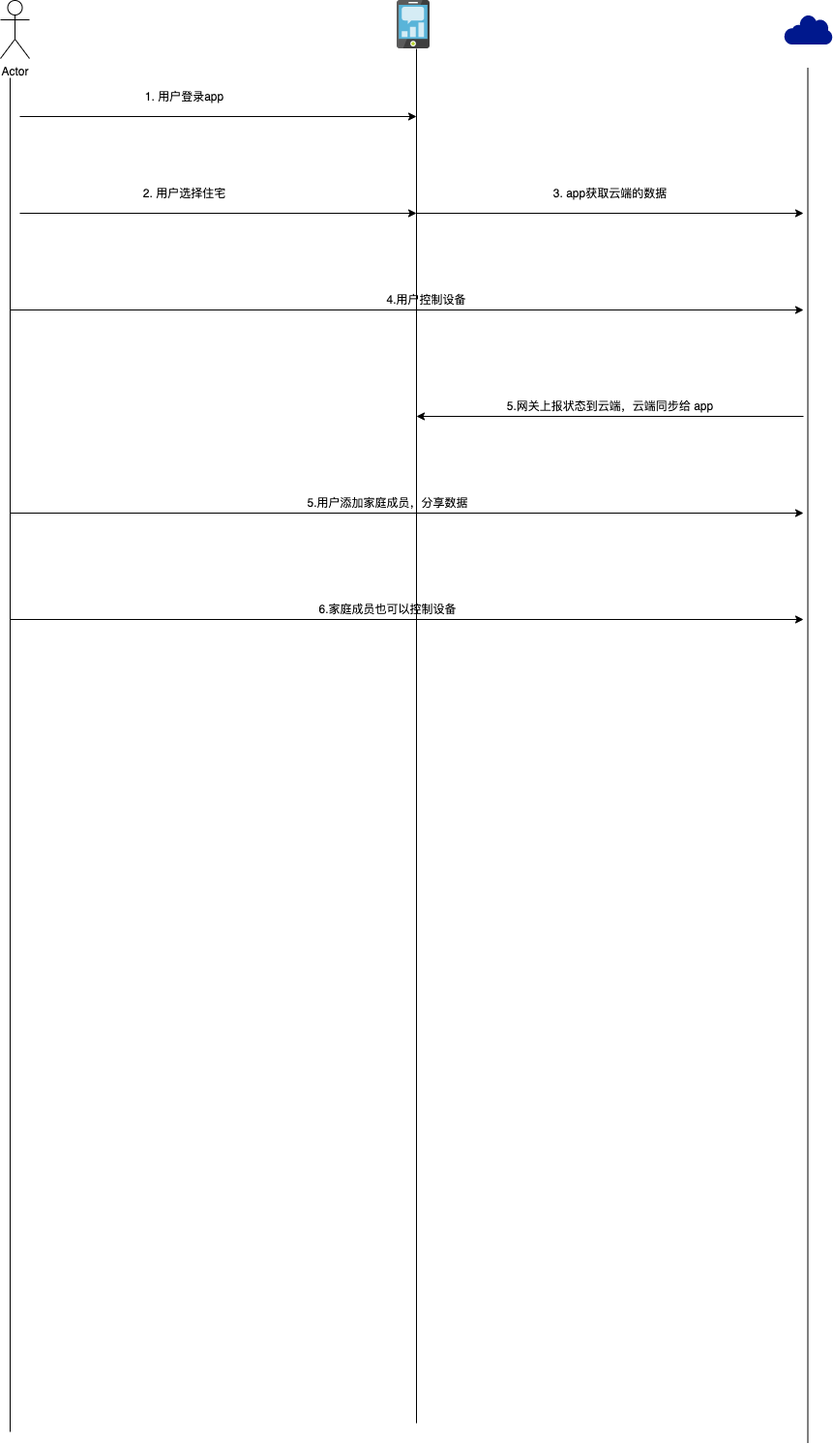
Above: 家居系统.png in tytler98/tytler (draw.io), before the change. Source tidied: cells renumbered, new cells last; positions are measured from the earlier drawing's top-left corner, leaving out a move shared by most shapes. The source it was exported from:
```xml
<mxGraphModel>
  <root>
    <mxCell id="0" />
    <mxCell id="1" parent="0" />
    <mxCell id="2" value="Actor" style="shape=umlActor;verticalLabelPosition=bottom;verticalAlign=top;html=1;" parent="1" vertex="1">
      <mxGeometry width="30" height="60" as="geometry" />
    </mxCell>
    <mxCell id="3" style="sketch=0;html=1;align=center;image;fontSize=12;image=img/lib/mscae/Mobile_Engagement.svg;" parent="1" vertex="1">
      <mxGeometry x="410" width="34" height="50" as="geometry" />
    </mxCell>
    <mxCell id="4" style="endArrow=classic;html=1;rounded=0;" parent="1" edge="1">
      <mxGeometry relative="1" as="geometry">
        <mxPoint x="20" y="120" as="sourcePoint" />
        <mxPoint x="430" y="120" as="targetPoint" />
      </mxGeometry>
    </mxCell>
    <mxCell id="5" value="1. 用户登录app" style="text;html=1;align=center;verticalAlign=middle;strokeColor=none;fillColor=none;" parent="1" vertex="1">
      <mxGeometry x="140" y="90" width="100" height="20" as="geometry" />
    </mxCell>
    <mxCell id="6" style="endArrow=none;html=1;rounded=0;" parent="1" edge="1">
      <mxGeometry relative="1" as="geometry">
        <mxPoint x="10" y="1480" as="sourcePoint" />
        <mxPoint x="10" y="80" as="targetPoint" />
      </mxGeometry>
    </mxCell>
    <mxCell id="7" style="endArrow=classic;html=1;rounded=0;" parent="1" edge="1">
      <mxGeometry relative="1" as="geometry">
        <mxPoint x="20" y="220" as="sourcePoint" />
        <mxPoint x="430" y="220" as="targetPoint" />
      </mxGeometry>
    </mxCell>
    <mxCell id="8" value="2. 用户选择住宅" style="text;html=1;align=center;verticalAlign=middle;strokeColor=none;fillColor=none;" parent="1" vertex="1">
      <mxGeometry x="140" y="190" width="100" height="20" as="geometry" />
    </mxCell>
    <mxCell id="9" value="3. app获取云端的数据" style="text;html=1;align=center;verticalAlign=middle;strokeColor=none;fillColor=none;" parent="1" vertex="1">
      <mxGeometry x="565" y="190" width="130" height="20" as="geometry" />
    </mxCell>
    <mxCell id="10" style="sketch=0;shadow=0;dashed=0;html=1;strokeColor=none;labelPosition=center;verticalLabelPosition=bottom;verticalAlign=top;align=center;fillColor=#00188D;shape=mxgraph.mscae.enterprise.internet;" parent="1" vertex="1">
      <mxGeometry x="810" y="14.5" width="50" height="31" as="geometry" />
    </mxCell>
    <mxCell id="11" style="endArrow=none;html=1;rounded=0;" parent="1" edge="1">
      <mxGeometry relative="1" as="geometry">
        <mxPoint x="834.5" y="1491" as="sourcePoint" />
        <mxPoint x="834.5" y="70" as="targetPoint" />
      </mxGeometry>
    </mxCell>
    <mxCell id="12" style="endArrow=none;html=1;rounded=0;" parent="1" edge="1">
      <mxGeometry relative="1" as="geometry">
        <mxPoint x="430" y="1471" as="sourcePoint" />
        <mxPoint x="430" y="50" as="targetPoint" />
      </mxGeometry>
    </mxCell>
    <mxCell id="13" style="endArrow=classic;html=1;rounded=0;" parent="1" edge="1">
      <mxGeometry relative="1" as="geometry">
        <mxPoint x="430" y="220" as="sourcePoint" />
        <mxPoint x="830" y="220" as="targetPoint" />
      </mxGeometry>
    </mxCell>
    <mxCell id="14" style="endArrow=classic;html=1;rounded=0;" parent="1" edge="1">
      <mxGeometry relative="1" as="geometry">
        <mxPoint x="10" y="320" as="sourcePoint" />
        <mxPoint x="830" y="320" as="targetPoint" />
      </mxGeometry>
    </mxCell>
    <mxCell id="15" value="4.用户控制设备" style="text;html=1;align=center;verticalAlign=middle;strokeColor=none;fillColor=none;" parent="1" vertex="1">
      <mxGeometry x="390" y="300" width="100" height="20" as="geometry" />
    </mxCell>
    <mxCell id="16" style="endArrow=classic;html=1;rounded=0;" parent="1" edge="1">
      <mxGeometry relative="1" as="geometry">
        <mxPoint x="830" y="430" as="sourcePoint" />
        <mxPoint x="430" y="430" as="targetPoint" />
      </mxGeometry>
    </mxCell>
    <mxCell id="17" value="5.网关上报状态到云端，云端同步给 app" style="text;html=1;align=center;verticalAlign=middle;strokeColor=none;fillColor=none;" parent="1" vertex="1">
      <mxGeometry x="515" y="410" width="230" height="20" as="geometry" />
    </mxCell>
    <mxCell id="18" style="endArrow=classic;html=1;rounded=0;" parent="1" edge="1">
      <mxGeometry relative="1" as="geometry">
        <mxPoint x="10" y="530" as="sourcePoint" />
        <mxPoint x="830" y="530" as="targetPoint" />
      </mxGeometry>
    </mxCell>
    <mxCell id="19" value="5.用户添加家庭成员，分享数据" style="text;html=1;align=center;verticalAlign=middle;strokeColor=none;fillColor=none;" parent="1" vertex="1">
      <mxGeometry x="310" y="510" width="180" height="20" as="geometry" />
    </mxCell>
    <mxCell id="20" style="endArrow=classic;html=1;rounded=0;" parent="1" edge="1">
      <mxGeometry relative="1" as="geometry">
        <mxPoint x="10" y="640" as="sourcePoint" />
        <mxPoint x="830" y="640" as="targetPoint" />
      </mxGeometry>
    </mxCell>
    <mxCell id="21" value="6.家庭成员也可以控制设备" style="text;html=1;align=center;verticalAlign=middle;strokeColor=none;fillColor=none;" parent="1" vertex="1">
      <mxGeometry x="320" y="620" width="160" height="20" as="geometry" />
    </mxCell>
  </root>
</mxGraphModel>
```
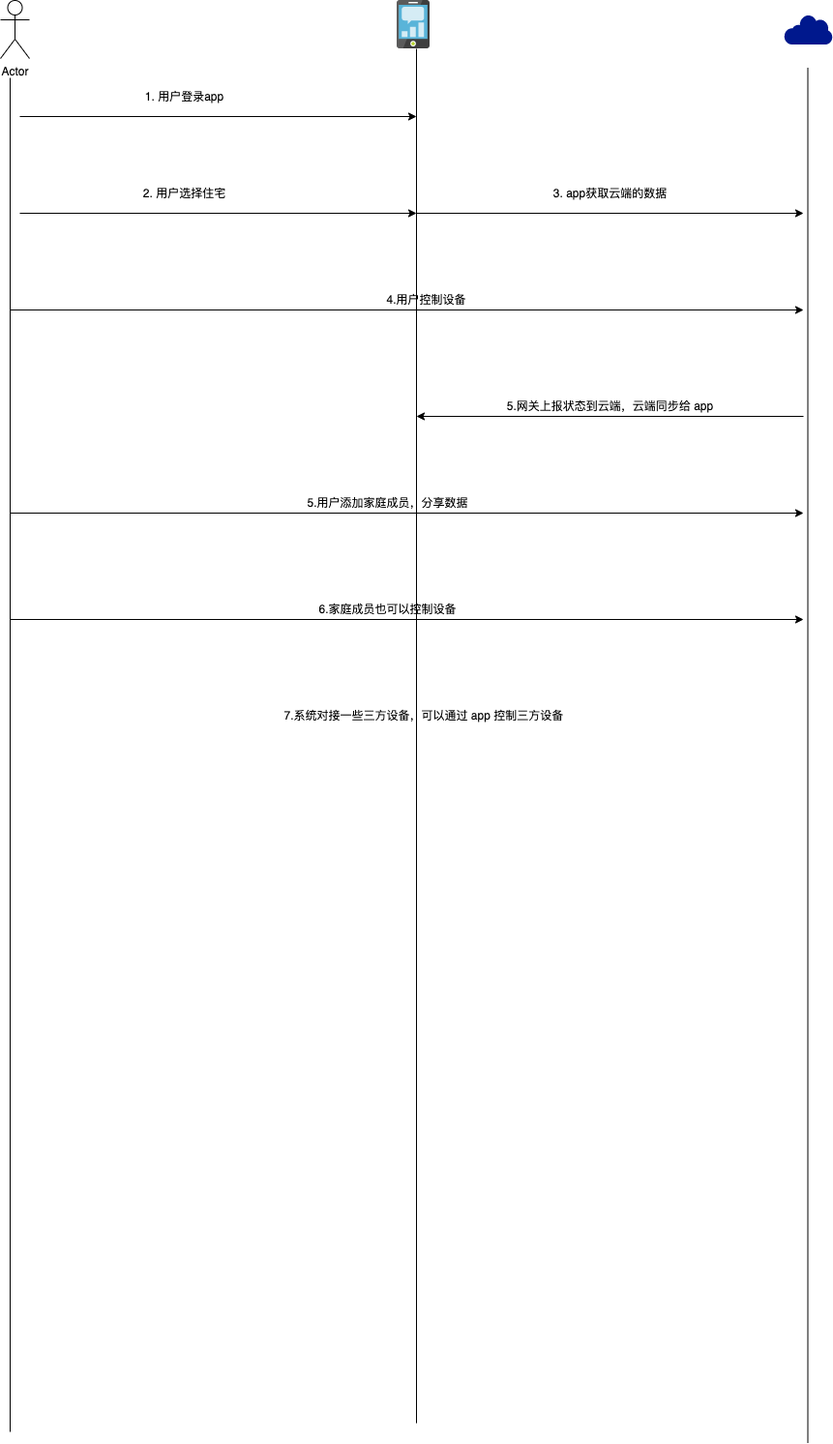
The same diagram one commit later.

Diff of the diagram source:
```diff
@@ -92,5 +92,8 @@
     <mxCell id="21" value="6.家庭成员也可以控制设备" style="text;html=1;align=center;verticalAlign=middle;strokeColor=none;fillColor=none;" parent="1" vertex="1">
       <mxGeometry x="320" y="620" width="160" height="20" as="geometry" />
     </mxCell>
+    <mxCell id="22" value="7.系统对接一些三方设备，可以通过 app 控制三方设备&amp;nbsp;" style="text;html=1;align=center;verticalAlign=middle;strokeColor=none;fillColor=none;" parent="1" vertex="1">
+      <mxGeometry x="284" y="730" width="310" height="20" as="geometry" />
+    </mxCell>
   </root>
 </mxGraphModel>
```
